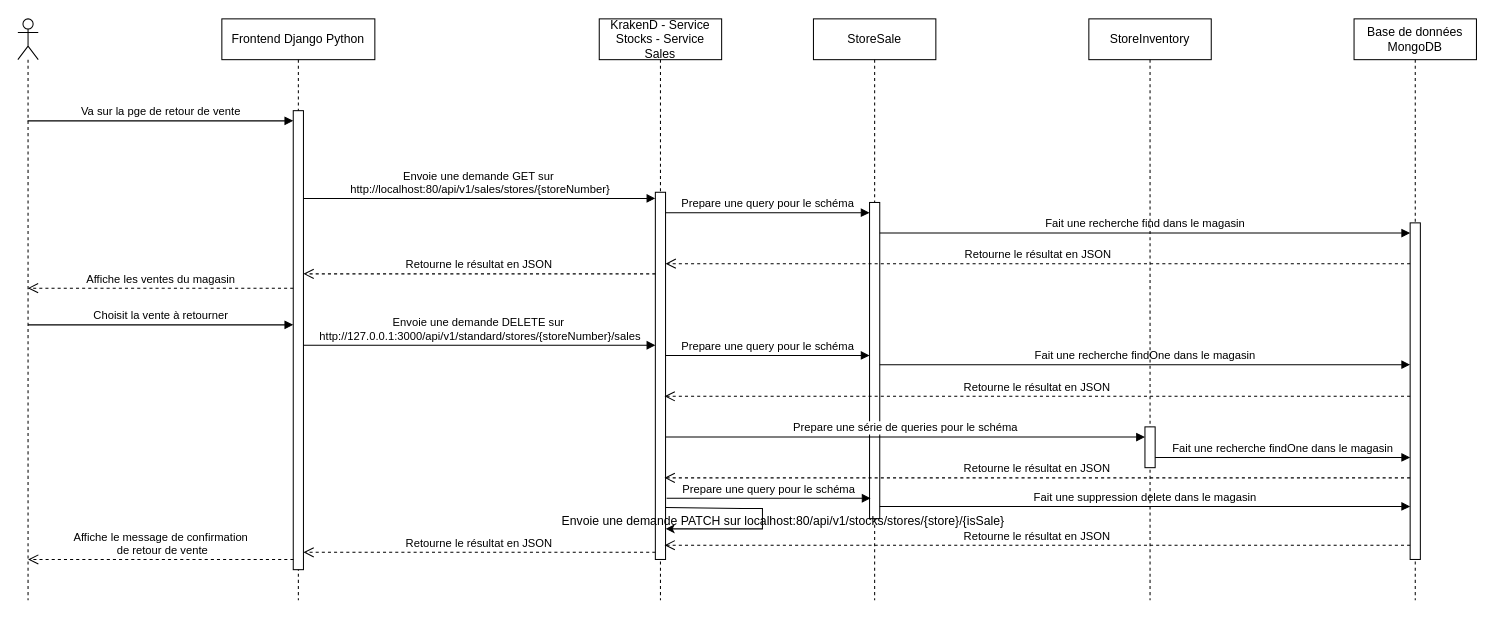
The draw.io diagram docs/UML/Vues_de_processus/diag_retour_de_vente.drawio in PraMaks/LOG430_Labo_0, before the edit. Source tidied: cells renumbered, new cells numbered last; positions are measured from the earlier drawing's top-left corner, leaving out a move shared by most shapes. Both pictures are drawn from the tidied source at 102%, with x=0, y=0 at pixel (17, 18).
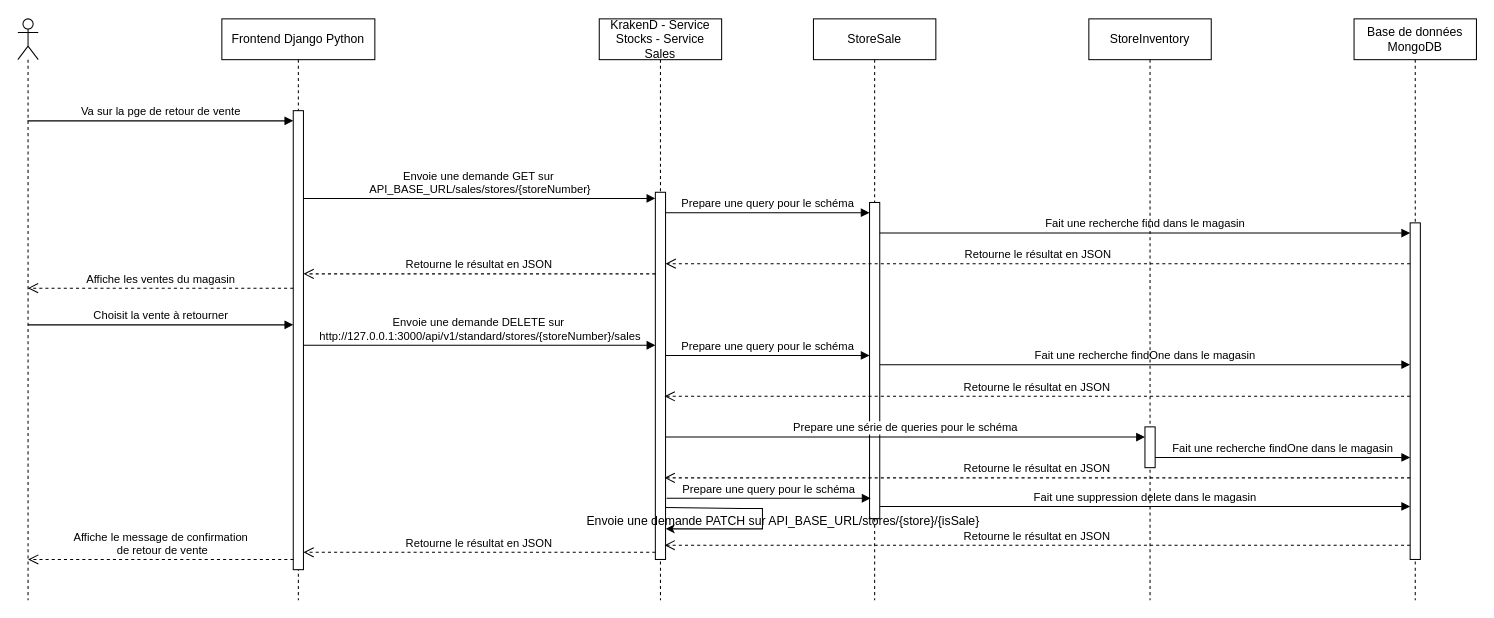
The same page after the edit.

The change refers to these unchanged cells:
```xml
<mxCell id="3" style="html=1;points=[];perimeter=orthogonalPerimeter;outlineConnect=0;targetShapes=umlLifeline;portConstraint=eastwest;newEdgeStyle={&quot;edgeStyle&quot;:&quot;elbowEdgeStyle&quot;,&quot;elbow&quot;:&quot;vertical&quot;,&quot;curved&quot;:0,&quot;rounded&quot;:0};" parent="2" vertex="1">
  <mxGeometry x="70" y="90" width="10" height="450" as="geometry" />
</mxCell>
```

Change to the diagram source:
```diff
@@
-    <mxCell id="12" value="Envoie une demande GET sur&amp;nbsp;&lt;div&gt;http://localhost:80/api/v1/sales/stores/{storeNumber}&lt;/div&gt;" style="html=1;verticalAlign=bottom;endArrow=block;edgeStyle=elbowEdgeStyle;elbow=vertical;curved=0;rounded=0;" parent="1" edge="1" source="3">
+    <mxCell id="12" value="Envoie une demande GET sur&amp;nbsp;&lt;div&gt;API_BASE_URL/sales/stores/{storeNumber}&lt;/div&gt;" style="html=1;verticalAlign=bottom;endArrow=block;edgeStyle=elbowEdgeStyle;elbow=vertical;curved=0;rounded=0;" parent="1" edge="1" source="3">
       <mxGeometry relative="1" as="geometry">
         <mxPoint x="625" y="176" as="targetPoint" />
         <Array as="points">
           <mxPoint x="385.5" y="176" />
         </Array>
       </mxGeometry>
     </mxCell>
@@
-    <mxCell id="34" value="Envoie une demande PATCH sur localhost:80/api/v1/stocks/stores/{store}/{isSale}" style="text;html=1;align=center;verticalAlign=middle;strokeColor=none;fillColor=none;" parent="1" vertex="1">
+    <mxCell id="34" value="Envoie une demande PATCH sur API_BASE_URL/stores/{store}/{isSale}" style="text;html=1;align=center;verticalAlign=middle;strokeColor=none;fillColor=none;" parent="1" vertex="1">
       <mxGeometry x="520" y="478" width="460" height="30" as="geometry" />
     </mxCell>
```
